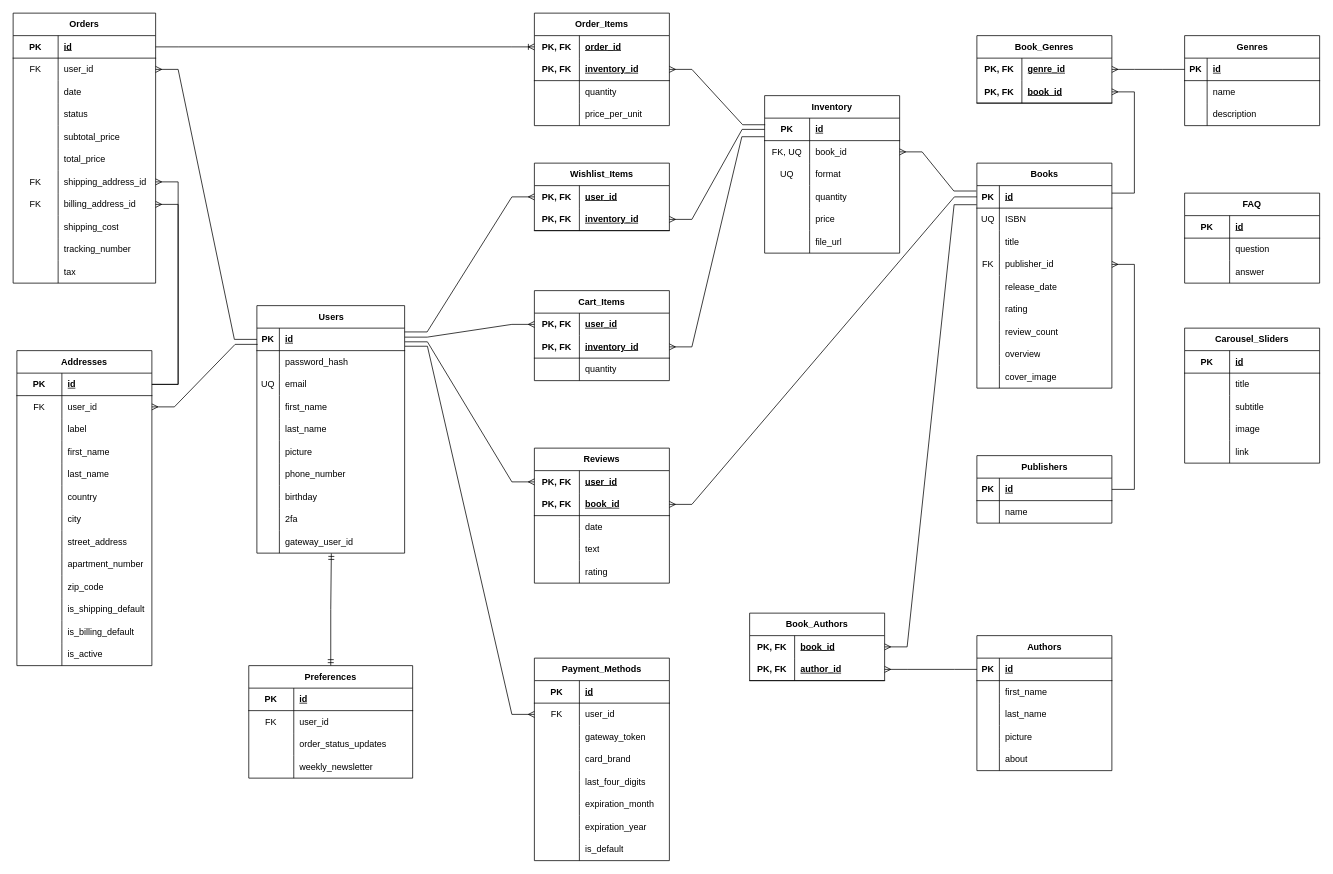
The draw.io diagram ERD.drawio in ShayTam/Bookstore, before the edit. Source tidied: cells renumbered, new cells numbered last; positions are measured from the earlier drawing's top-left corner, leaving out a move shared by most shapes. Both pictures are drawn from the tidied source at 75%, with x=0, y=0 at pixel (13, 13).
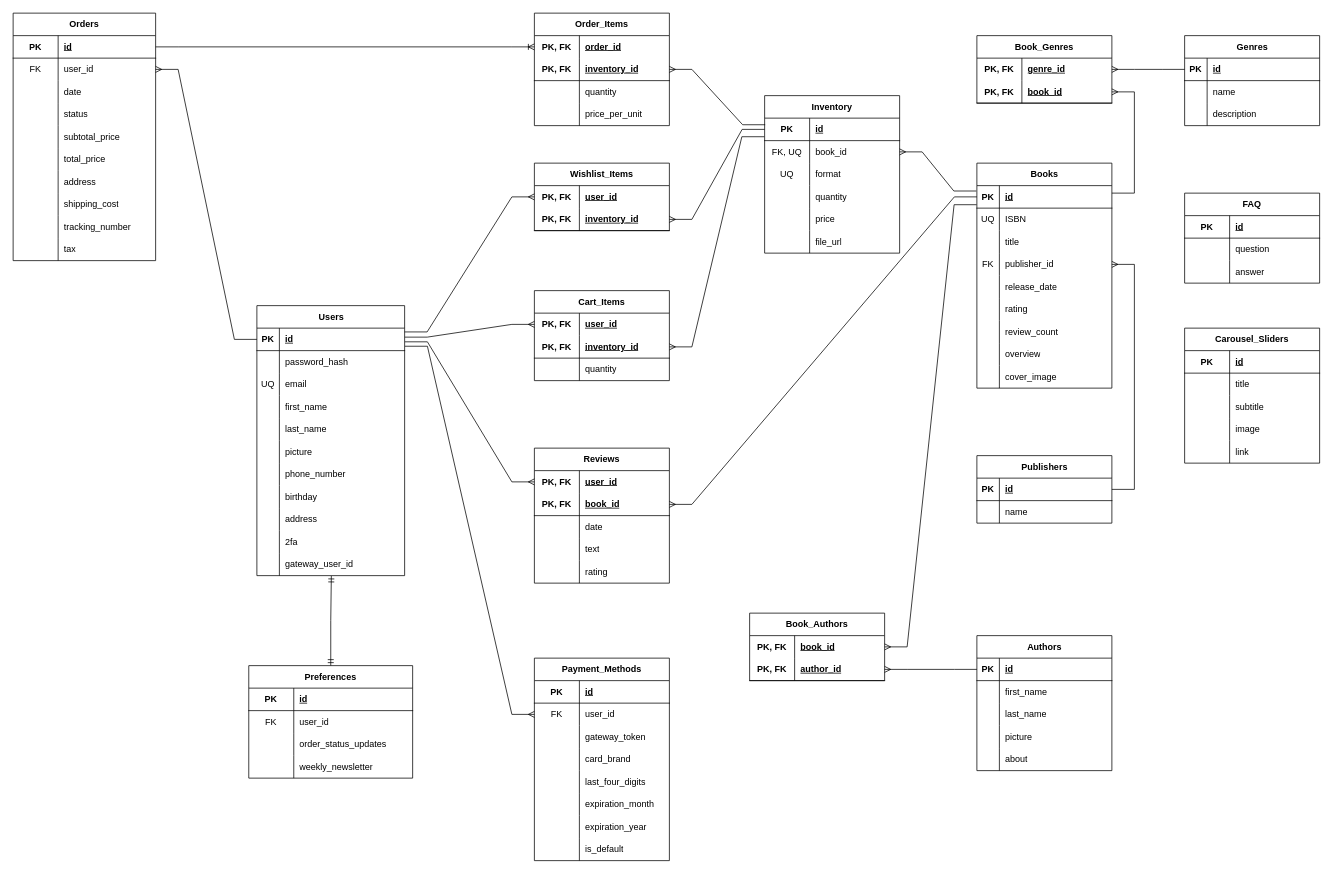
Above is the later version.

Commit message:
Deleted Addresses table

Unchanged cells that the change refers to:
```xml
<mxCell id="3" style="shape=tableRow;horizontal=0;startSize=0;swimlaneHead=0;swimlaneBody=0;fillColor=none;points=[[0,0.5],[1,0.5]];portConstraint=eastwest;top=0;left=0;right=0;bottom=1;" parent="2" vertex="1">
  <mxGeometry y="30" width="197" height="30" as="geometry" />
</mxCell>
<mxCell id="138" style="shape=tableRow;horizontal=0;startSize=0;swimlaneHead=0;swimlaneBody=0;fillColor=none;points=[[0,0.5],[1,0.5]];portConstraint=eastwest;top=0;left=0;right=0;bottom=0;html=1;" parent="119" vertex="1">
  <mxGeometry y="210" width="190" height="30" as="geometry" />
</mxCell>
```

The edit, as a diff of the source:
```diff
@@
     <mxCell id="2" value="Users" style="shape=table;startSize=30;childLayout=tableLayout;rowLines=0;fontStyle=1;align=center;html=1;" parent="1" vertex="1">
-      <mxGeometry x="325" y="390" width="197" height="330" as="geometry" />
+      <mxGeometry x="325" y="390" width="197" height="360" as="geometry" />
     </mxCell>
@@
+    <mxCell id="331" style="shape=tableRow;horizontal=0;startSize=0;swimlaneHead=0;swimlaneBody=0;fillColor=none;top=0;left=0;right=0;bottom=0;" parent="2" vertex="1">
+      <mxGeometry y="270" width="197" height="30" as="geometry" />
+    </mxCell>
+    <mxCell id="332" style="shape=partialRectangle;fillColor=none;top=0;left=0;bottom=0;right=0;overflow=hidden;whiteSpace=wrap;html=1;" parent="331" vertex="1">
+      <mxGeometry width="30" height="30" as="geometry" />
+    </mxCell>
+    <mxCell id="333" value="address" style="shape=partialRectangle;fillColor=none;top=0;left=0;bottom=0;right=0;align=left;spacingLeft=6;overflow=hidden;whiteSpace=wrap;html=1;" parent="331" vertex="1">
+      <mxGeometry x="30" width="167" height="30" as="geometry" />
+    </mxCell>
     <mxCell id="27" style="shape=tableRow;horizontal=0;startSize=0;swimlaneHead=0;swimlaneBody=0;fillColor=none;top=0;left=0;right=0;bottom=0;" parent="2" vertex="1">
-      <mxGeometry y="270" width="197" height="30" as="geometry" />
+      <mxGeometry y="300" width="197" height="30" as="geometry" />
     </mxCell>
@@
     <mxCell id="30" style="shape=tableRow;horizontal=0;startSize=0;swimlaneHead=0;swimlaneBody=0;fillColor=none;points=[[0,0.5],[1,0.5]];portConstraint=eastwest;top=0;left=0;right=0;bottom=0;" parent="2" vertex="1">
-      <mxGeometry y="300" width="197" height="30" as="geometry" />
+      <mxGeometry y="330" width="197" height="30" as="geometry" />
     </mxCell>
@@
     <mxCell id="119" value="Orders" style="shape=table;startSize=30;childLayout=tableLayout;rowLines=0;fontStyle=1;align=center;html=1;whiteSpace=wrap;" parent="1" vertex="1">
-      <mxGeometry width="190" height="360" as="geometry" />
+      <mxGeometry width="190" height="330" as="geometry" />
     </mxCell>
@@
-    <mxCell id="139" value="FK" style="shape=partialRectangle;fillColor=none;top=0;left=0;bottom=0;right=0;overflow=hidden;html=1;whiteSpace=wrap;" parent="138" vertex="1">
+    <mxCell id="139" style="shape=partialRectangle;fillColor=none;top=0;left=0;bottom=0;right=0;overflow=hidden;html=1;whiteSpace=wrap;" parent="138" vertex="1">
       <mxGeometry width="60" height="30" as="geometry" />
     </mxCell>
-    <mxCell id="140" value="shipping_address_id" style="shape=partialRectangle;fillColor=none;top=0;left=0;bottom=0;right=0;align=left;spacingLeft=6;overflow=hidden;html=1;whiteSpace=wrap;" parent="138" vertex="1">
+    <mxCell id="140" value="address" style="shape=partialRectangle;fillColor=none;top=0;left=0;bottom=0;right=0;align=left;spacingLeft=6;overflow=hidden;html=1;whiteSpace=wrap;" parent="138" vertex="1">
       <mxGeometry x="60" width="130" height="30" as="geometry" />
     </mxCell>
-    <mxCell id="141" style="shape=tableRow;horizontal=0;startSize=0;swimlaneHead=0;swimlaneBody=0;fillColor=none;points=[[0,0.5],[1,0.5]];portConstraint=eastwest;top=0;left=0;right=0;bottom=0;html=1;" parent="119" vertex="1">
-      <mxGeometry y="240" width="190" height="30" as="geometry" />
-    </mxCell>
-    <mxCell id="142" value="FK" style="shape=partialRectangle;fillColor=none;top=0;left=0;bottom=0;right=0;overflow=hidden;html=1;whiteSpace=wrap;" parent="141" vertex="1">
-      <mxGeometry width="60" height="30" as="geometry" />
-    </mxCell>
-    <mxCell id="143" value="billing_address_id" style="shape=partialRectangle;fillColor=none;top=0;left=0;bottom=0;right=0;align=left;spacingLeft=6;overflow=hidden;html=1;whiteSpace=wrap;" parent="141" vertex="1">
-      <mxGeometry x="60" width="130" height="30" as="geometry" />
-    </mxCell>
     <mxCell id="144" style="shape=tableRow;horizontal=0;startSize=0;swimlaneHead=0;swimlaneBody=0;fillColor=none;top=0;left=0;right=0;bottom=0;html=1;" parent="119" vertex="1">
-      <mxGeometry y="270" width="190" height="30" as="geometry" />
+      <mxGeometry y="240" width="190" height="30" as="geometry" />
     </mxCell>
@@
     <mxCell id="147" style="shape=tableRow;horizontal=0;startSize=0;swimlaneHead=0;swimlaneBody=0;fillColor=none;top=0;left=0;right=0;bottom=0;html=1;" parent="119" vertex="1">
-      <mxGeometry y="300" width="190" height="30" as="geometry" />
+      <mxGeometry y="270" width="190" height="30" as="geometry" />
     </mxCell>
@@
     <mxCell id="150" style="shape=tableRow;horizontal=0;startSize=0;swimlaneHead=0;swimlaneBody=0;fillColor=none;top=0;left=0;right=0;bottom=0;html=1;" parent="119" vertex="1">
-      <mxGeometry y="330" width="190" height="30" as="geometry" />
+      <mxGeometry y="300" width="190" height="30" as="geometry" />
     </mxCell>
@@
-    <mxCell id="180" value="Addresses" style="shape=table;startSize=30;childLayout=tableLayout;rowLines=0;fontStyle=1;align=center;html=1;whiteSpace=wrap;" parent="1" vertex="1">
-      <mxGeometry x="5" y="450" width="180" height="420" as="geometry" />
-    </mxCell>
-    <mxCell id="181" style="shape=tableRow;horizontal=0;startSize=0;swimlaneHead=0;swimlaneBody=0;fillColor=none;points=[[0,0.5],[1,0.5]];portConstraint=eastwest;top=0;left=0;right=0;bottom=1;html=1;" parent="180" vertex="1">
-      <mxGeometry y="30" width="180" height="30" as="geometry" />
-    </mxCell>
-    <mxCell id="182" value="&lt;span style=&quot;font-weight: 700;&quot;&gt;PK&lt;/span&gt;" style="shape=partialRectangle;fillColor=none;top=0;left=0;bottom=0;right=0;fontStyle=0;overflow=hidden;html=1;whiteSpace=wrap;" parent="181" vertex="1">
-      <mxGeometry width="60" height="30" as="geometry" />
-    </mxCell>
-    <mxCell id="183" value="&lt;span style=&quot;font-weight: 700; text-decoration: underline;&quot;&gt;id&lt;/span&gt;" style="shape=partialRectangle;fillColor=none;top=0;left=0;bottom=0;right=0;align=left;spacingLeft=6;fontStyle=0;overflow=hidden;html=1;whiteSpace=wrap;" parent="181" vertex="1">
-      <mxGeometry x="60" width="120" height="30" as="geometry" />
-    </mxCell>
-    <mxCell id="184" style="shape=tableRow;horizontal=0;startSize=0;swimlaneHead=0;swimlaneBody=0;fillColor=none;points=[[0,0.5],[1,0.5]];portConstraint=eastwest;top=0;left=0;right=0;bottom=0;html=1;" parent="180" vertex="1">
-      <mxGeometry y="60" width="180" height="30" as="geometry" />
-    </mxCell>
-    <mxCell id="185" value="FK" style="shape=partialRectangle;fillColor=none;top=0;left=0;bottom=0;right=0;overflow=hidden;html=1;whiteSpace=wrap;" parent="184" vertex="1">
-      <mxGeometry width="60" height="30" as="geometry" />
-    </mxCell>
-    <mxCell id="186" value="user_id" style="shape=partialRectangle;fillColor=none;top=0;left=0;bottom=0;right=0;align=left;spacingLeft=6;overflow=hidden;html=1;whiteSpace=wrap;" parent="184" vertex="1">
-      <mxGeometry x="60" width="120" height="30" as="geometry" />
-    </mxCell>
-    <mxCell id="187" style="shape=tableRow;horizontal=0;startSize=0;swimlaneHead=0;swimlaneBody=0;fillColor=none;top=0;left=0;right=0;bottom=0;html=1;" parent="180" vertex="1">
-      <mxGeometry y="90" width="180" height="30" as="geometry" />
-    </mxCell>
-    <mxCell id="188" style="shape=partialRectangle;fillColor=none;top=0;left=0;bottom=0;right=0;overflow=hidden;html=1;whiteSpace=wrap;" parent="187" vertex="1">
-      <mxGeometry width="60" height="30" as="geometry" />
-    </mxCell>
-    <mxCell id="189" value="label" style="shape=partialRectangle;fillColor=none;top=0;left=0;bottom=0;right=0;align=left;spacingLeft=6;overflow=hidden;html=1;whiteSpace=wrap;" parent="187" vertex="1">
-      <mxGeometry x="60" width="120" height="30" as="geometry" />
-    </mxCell>
-    <mxCell id="190" style="shape=tableRow;horizontal=0;startSize=0;swimlaneHead=0;swimlaneBody=0;fillColor=none;top=0;left=0;right=0;bottom=0;html=1;" parent="180" vertex="1">
-      <mxGeometry y="120" width="180" height="30" as="geometry" />
-    </mxCell>
-    <mxCell id="191" style="shape=partialRectangle;fillColor=none;top=0;left=0;bottom=0;right=0;overflow=hidden;html=1;whiteSpace=wrap;" parent="190" vertex="1">
-      <mxGeometry width="60" height="30" as="geometry" />
-    </mxCell>
-    <mxCell id="192" value="first_name" style="shape=partialRectangle;fillColor=none;top=0;left=0;bottom=0;right=0;align=left;spacingLeft=6;overflow=hidden;html=1;whiteSpace=wrap;" parent="190" vertex="1">
-      <mxGeometry x="60" width="120" height="30" as="geometry" />
-    </mxCell>
-    <mxCell id="193" style="shape=tableRow;horizontal=0;startSize=0;swimlaneHead=0;swimlaneBody=0;fillColor=none;top=0;left=0;right=0;bottom=0;html=1;" parent="180" vertex="1">
-      <mxGeometry y="150" width="180" height="30" as="geometry" />
-    </mxCell>
-    <mxCell id="194" style="shape=partialRectangle;fillColor=none;top=0;left=0;bottom=0;right=0;overflow=hidden;html=1;whiteSpace=wrap;" parent="193" vertex="1">
-      <mxGeometry width="60" height="30" as="geometry" />
-    </mxCell>
-    <mxCell id="195" value="last_name" style="shape=partialRectangle;fillColor=none;top=0;left=0;bottom=0;right=0;align=left;spacingLeft=6;overflow=hidden;html=1;whiteSpace=wrap;" parent="193" vertex="1">
-      <mxGeometry x="60" width="120" height="30" as="geometry" />
-    </mxCell>
-    <mxCell id="196" style="shape=tableRow;horizontal=0;startSize=0;swimlaneHead=0;swimlaneBody=0;fillColor=none;top=0;left=0;right=0;bottom=0;html=1;" parent="180" vertex="1">
-      <mxGeometry y="180" width="180" height="30" as="geometry" />
-    </mxCell>
-    <mxCell id="197" style="shape=partialRectangle;fillColor=none;top=0;left=0;bottom=0;right=0;overflow=hidden;html=1;whiteSpace=wrap;" parent="196" vertex="1">
-      <mxGeometry width="60" height="30" as="geometry" />
-    </mxCell>
-    <mxCell id="198" value="country" style="shape=partialRectangle;fillColor=none;top=0;left=0;bottom=0;right=0;align=left;spacingLeft=6;overflow=hidden;html=1;whiteSpace=wrap;" parent="196" vertex="1">
-      <mxGeometry x="60" width="120" height="30" as="geometry" />
-    </mxCell>
-    <mxCell id="199" style="shape=tableRow;horizontal=0;startSize=0;swimlaneHead=0;swimlaneBody=0;fillColor=none;top=0;left=0;right=0;bottom=0;html=1;" parent="180" vertex="1">
-      <mxGeometry y="210" width="180" height="30" as="geometry" />
-    </mxCell>
-    <mxCell id="200" style="shape=partialRectangle;fillColor=none;top=0;left=0;bottom=0;right=0;overflow=hidden;html=1;whiteSpace=wrap;" parent="199" vertex="1">
-      <mxGeometry width="60" height="30" as="geometry" />
-    </mxCell>
-    <mxCell id="201" value="city" style="shape=partialRectangle;fillColor=none;top=0;left=0;bottom=0;right=0;align=left;spacingLeft=6;overflow=hidden;html=1;whiteSpace=wrap;" parent="199" vertex="1">
-      <mxGeometry x="60" width="120" height="30" as="geometry" />
-    </mxCell>
-    <mxCell id="202" style="shape=tableRow;horizontal=0;startSize=0;swimlaneHead=0;swimlaneBody=0;fillColor=none;top=0;left=0;right=0;bottom=0;html=1;" parent="180" vertex="1">
-      <mxGeometry y="240" width="180" height="30" as="geometry" />
-    </mxCell>
-    <mxCell id="203" style="shape=partialRectangle;fillColor=none;top=0;left=0;bottom=0;right=0;overflow=hidden;html=1;whiteSpace=wrap;" parent="202" vertex="1">
-      <mxGeometry width="60" height="30" as="geometry" />
-    </mxCell>
-    <mxCell id="204" value="street_address" style="shape=partialRectangle;fillColor=none;top=0;left=0;bottom=0;right=0;align=left;spacingLeft=6;overflow=hidden;html=1;whiteSpace=wrap;" parent="202" vertex="1">
-      <mxGeometry x="60" width="120" height="30" as="geometry" />
-    </mxCell>
-    <mxCell id="205" style="shape=tableRow;horizontal=0;startSize=0;swimlaneHead=0;swimlaneBody=0;fillColor=none;top=0;left=0;right=0;bottom=0;html=1;" parent="180" vertex="1">
-      <mxGeometry y="270" width="180" height="30" as="geometry" />
-    </mxCell>
-    <mxCell id="206" style="shape=partialRectangle;fillColor=none;top=0;left=0;bottom=0;right=0;overflow=hidden;html=1;whiteSpace=wrap;" parent="205" vertex="1">
-      <mxGeometry width="60" height="30" as="geometry" />
-    </mxCell>
-    <mxCell id="207" value="apartment_number" style="shape=partialRectangle;fillColor=none;top=0;left=0;bottom=0;right=0;align=left;spacingLeft=6;overflow=hidden;html=1;whiteSpace=wrap;" parent="205" vertex="1">
-      <mxGeometry x="60" width="120" height="30" as="geometry" />
-    </mxCell>
-    <mxCell id="208" style="shape=tableRow;horizontal=0;startSize=0;swimlaneHead=0;swimlaneBody=0;fillColor=none;top=0;left=0;right=0;bottom=0;html=1;" parent="180" vertex="1">
-      <mxGeometry y="300" width="180" height="30" as="geometry" />
-    </mxCell>
-    <mxCell id="209" style="shape=partialRectangle;fillColor=none;top=0;left=0;bottom=0;right=0;overflow=hidden;html=1;whiteSpace=wrap;" parent="208" vertex="1">
-      <mxGeometry width="60" height="30" as="geometry" />
-    </mxCell>
-    <mxCell id="210" value="zip_code" style="shape=partialRectangle;fillColor=none;top=0;left=0;bottom=0;right=0;align=left;spacingLeft=6;overflow=hidden;html=1;whiteSpace=wrap;" parent="208" vertex="1">
-      <mxGeometry x="60" width="120" height="30" as="geometry" />
-    </mxCell>
-    <mxCell id="211" style="shape=tableRow;horizontal=0;startSize=0;swimlaneHead=0;swimlaneBody=0;fillColor=none;top=0;left=0;right=0;bottom=0;html=1;" parent="180" vertex="1">
-      <mxGeometry y="330" width="180" height="30" as="geometry" />
-    </mxCell>
-    <mxCell id="212" style="shape=partialRectangle;fillColor=none;top=0;left=0;bottom=0;right=0;overflow=hidden;html=1;whiteSpace=wrap;" parent="211" vertex="1">
-      <mxGeometry width="60" height="30" as="geometry" />
-    </mxCell>
-    <mxCell id="213" value="is_shipping_default" style="shape=partialRectangle;fillColor=none;top=0;left=0;bottom=0;right=0;align=left;spacingLeft=6;overflow=hidden;html=1;whiteSpace=wrap;" parent="211" vertex="1">
-      <mxGeometry x="60" width="120" height="30" as="geometry" />
-    </mxCell>
-    <mxCell id="214" style="shape=tableRow;horizontal=0;startSize=0;swimlaneHead=0;swimlaneBody=0;fillColor=none;top=0;left=0;right=0;bottom=0;html=1;" parent="180" vertex="1">
-      <mxGeometry y="360" width="180" height="30" as="geometry" />
-    </mxCell>
-    <mxCell id="215" style="shape=partialRectangle;fillColor=none;top=0;left=0;bottom=0;right=0;overflow=hidden;html=1;whiteSpace=wrap;" parent="214" vertex="1">
-      <mxGeometry width="60" height="30" as="geometry" />
-    </mxCell>
-    <mxCell id="216" value="is_billing_default" style="shape=partialRectangle;fillColor=none;top=0;left=0;bottom=0;right=0;align=left;spacingLeft=6;overflow=hidden;html=1;whiteSpace=wrap;" parent="214" vertex="1">
-      <mxGeometry x="60" width="120" height="30" as="geometry" />
-    </mxCell>
-    <mxCell id="217" style="shape=tableRow;horizontal=0;startSize=0;swimlaneHead=0;swimlaneBody=0;fillColor=none;top=0;left=0;right=0;bottom=0;html=1;" parent="180" vertex="1">
-      <mxGeometry y="390" width="180" height="30" as="geometry" />
-    </mxCell>
-    <mxCell id="218" style="shape=partialRectangle;fillColor=none;top=0;left=0;bottom=0;right=0;overflow=hidden;html=1;whiteSpace=wrap;" parent="217" vertex="1">
-      <mxGeometry width="60" height="30" as="geometry" />
-    </mxCell>
-    <mxCell id="219" value="is_active" style="shape=partialRectangle;fillColor=none;top=0;left=0;bottom=0;right=0;align=left;spacingLeft=6;overflow=hidden;html=1;whiteSpace=wrap;" parent="217" vertex="1">
-      <mxGeometry x="60" width="120" height="30" as="geometry" />
-    </mxCell>
@@
-    <mxCell id="227" style="edgeStyle=entityRelationEdgeStyle;fontSize=12;html=1;endArrow=ERmany;rounded=0;endFill=0;startArrow=none;startFill=0;exitX=0.005;exitY=0.722;exitDx=0;exitDy=0;exitPerimeter=0;" parent="1" edge="1" source="3" target="184">
-      <mxGeometry relative="1" as="geometry" />
-    </mxCell>
@@
-    <mxCell id="229" style="edgeStyle=entityRelationEdgeStyle;fontSize=12;html=1;endArrow=none;rounded=0;endFill=0;startArrow=ERmany;startFill=0;" parent="1" edge="1" source="138" target="181">
-      <mxGeometry relative="1" as="geometry" />
-    </mxCell>
@@
-    <mxCell id="249" style="edgeStyle=entityRelationEdgeStyle;fontSize=12;html=1;endArrow=none;rounded=0;endFill=0;startArrow=ERmany;startFill=0;entryX=1;entryY=0.5;entryDx=0;entryDy=0;" parent="1" edge="1" source="141" target="181">
-      <mxGeometry relative="1" as="geometry" />
-    </mxCell>
```
